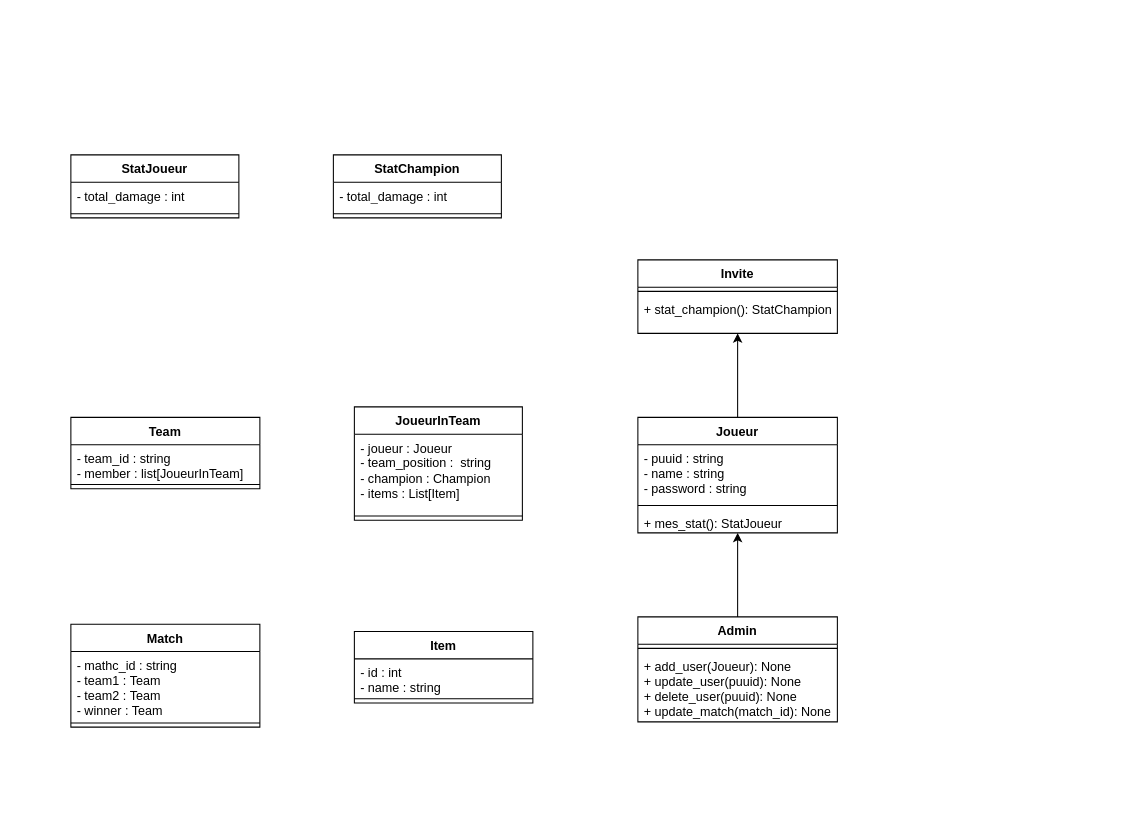
Before: Image Prod/League of legends.drawio in Niyo-D-JC/HelpWork, a draw.io diagram. Source tidied: cells renumbered, new cells numbered last; positions are measured from the earlier drawing's top-left corner, leaving out a move shared by most shapes. Both pictures are drawn from the tidied source at 105%, with x=0, y=0 at pixel (70, 154).
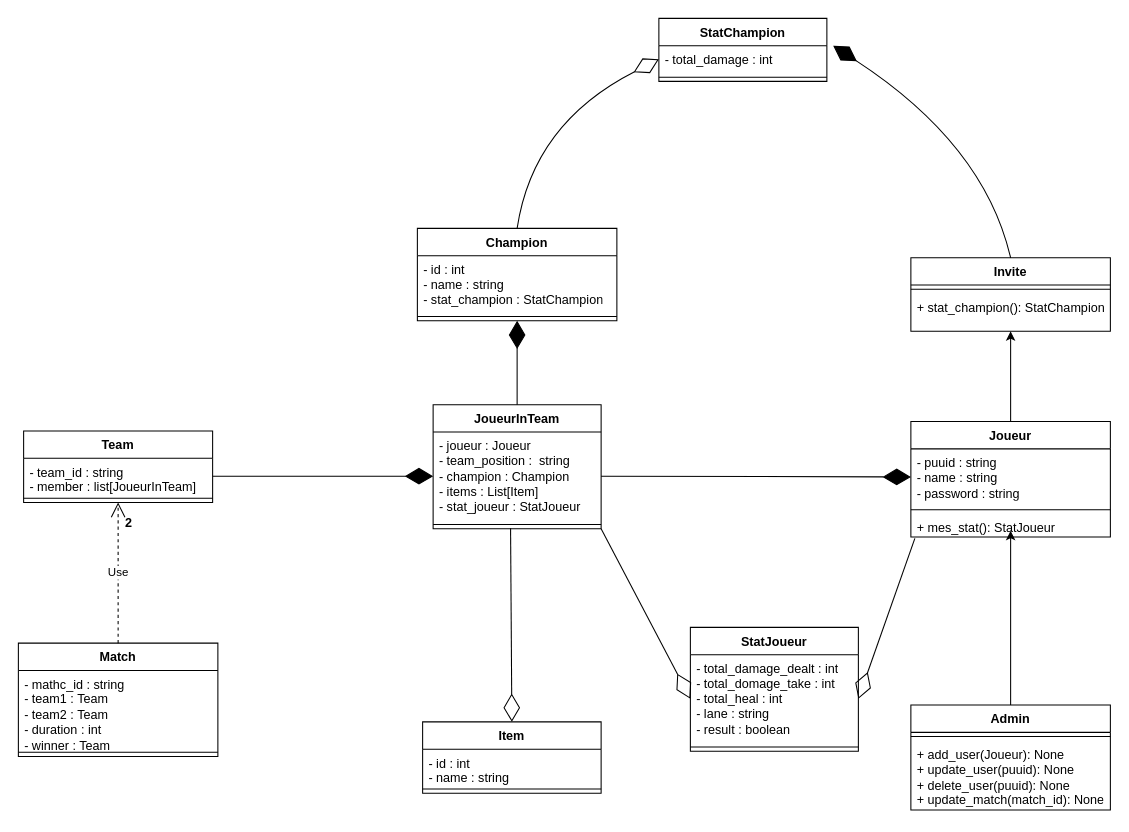
Above is the later version.

The change refers to these unchanged cells:
```xml
<mxCell id="6" value="- total_damage : int" style="text;strokeColor=none;fillColor=none;align=left;verticalAlign=top;spacingLeft=4;spacingRight=4;overflow=hidden;points=[[0,0.5],[1,0.5]];portConstraint=eastwest;whiteSpace=wrap;html=1;" parent="5" vertex="1">
  <mxGeometry y="26" width="160" height="26" as="geometry" />
</mxCell>
<mxCell id="13" value="- puuid : string&lt;br&gt;- name : string&lt;span style=&quot;white-space: pre;&quot;&gt;&#9;&lt;/span&gt;&lt;br&gt;- password : string" style="text;strokeColor=none;fillColor=none;align=left;verticalAlign=top;spacingLeft=4;spacingRight=4;overflow=hidden;points=[[0,0.5],[1,0.5]];portConstraint=eastwest;whiteSpace=wrap;html=1;" parent="12" vertex="1">
  <mxGeometry y="26" width="190" height="54" as="geometry" />
</mxCell>
<mxCell id="15" value="+ mes_stat(): StatJoueur" style="text;strokeColor=none;fillColor=none;align=left;verticalAlign=top;spacingLeft=4;spacingRight=4;overflow=hidden;points=[[0,0.5],[1,0.5]];portConstraint=eastwest;whiteSpace=wrap;html=1;" parent="12" vertex="1">
  <mxGeometry y="88" width="190" height="22" as="geometry" />
</mxCell>
<mxCell id="24" value="- team_id : string&lt;br&gt;- member : list[JoueurInTeam]" style="text;strokeColor=none;fillColor=none;align=left;verticalAlign=top;spacingLeft=4;spacingRight=4;overflow=hidden;points=[[0,0.5],[1,0.5]];portConstraint=eastwest;whiteSpace=wrap;html=1;" parent="23" vertex="1">
  <mxGeometry y="26" width="180" height="34" as="geometry" />
</mxCell>
```

Change to the diagram source:
```diff
@@
     <mxCell id="2" value="Invite" style="swimlane;fontStyle=1;align=center;verticalAlign=top;horizontal=1;startSize=26;whiteSpace=wrap;html=1;" parent="1" vertex="1">
-      <mxGeometry x="540" y="100" width="190" height="70" as="geometry" />
+      <mxGeometry x="800" y="98" width="190" height="70" as="geometry" />
     </mxCell>
@@
     <mxCell id="5" value="StatChampion" style="swimlane;fontStyle=1;align=center;verticalAlign=top;horizontal=1;startSize=26;whiteSpace=wrap;html=1;" parent="1" vertex="1">
-      <mxGeometry x="250" width="160" height="60" as="geometry" />
+      <mxGeometry x="560" y="-130" width="160" height="60" as="geometry" />
     </mxCell>
@@
+    <mxCell id="32" style="endArrow=diamondThin;endFill=1;endSize=24;html=1;entryX=0;entryY=0.5;entryDx=0;entryDy=0;curved=1;exitX=0.5;exitY=0;exitDx=0;exitDy=0;" parent="5" edge="1" source="2">
+      <mxGeometry relative="1" as="geometry">
+        <mxPoint x="166" y="26" as="targetPoint" />
+        <Array as="points">
+          <mxPoint x="310" y="120" />
+        </Array>
+      </mxGeometry>
+    </mxCell>
@@
     <mxCell id="8" value="StatJoueur" style="swimlane;fontStyle=1;align=center;verticalAlign=top;horizontal=1;startSize=26;whiteSpace=wrap;html=1;" parent="1" vertex="1">
-      <mxGeometry width="160" height="60" as="geometry" />
+      <mxGeometry x="590" y="450" width="160" height="118" as="geometry" />
     </mxCell>
-    <mxCell id="9" value="- total_damage : int" style="text;strokeColor=none;fillColor=none;align=left;verticalAlign=top;spacingLeft=4;spacingRight=4;overflow=hidden;points=[[0,0.5],[1,0.5]];portConstraint=eastwest;whiteSpace=wrap;html=1;" parent="8" vertex="1">
-      <mxGeometry y="26" width="160" height="26" as="geometry" />
+    <mxCell id="9" value="- total_damage_dealt : int&lt;br&gt;- total_domage_take : int&lt;br&gt;- total_heal : int&lt;br&gt;- lane : string&lt;br&gt;- result : boolean" style="text;strokeColor=none;fillColor=none;align=left;verticalAlign=top;spacingLeft=4;spacingRight=4;overflow=hidden;points=[[0,0.5],[1,0.5]];portConstraint=eastwest;whiteSpace=wrap;html=1;" parent="8" vertex="1">
+      <mxGeometry y="26" width="160" height="84" as="geometry" />
     </mxCell>
     <mxCell id="10" style="line;strokeWidth=1;fillColor=none;align=left;verticalAlign=middle;spacingTop=-1;spacingLeft=3;spacingRight=3;labelPosition=right;strokeColor=inherit;" parent="8" vertex="1">
-      <mxGeometry y="52" width="160" height="8" as="geometry" />
+      <mxGeometry y="110" width="160" height="8" as="geometry" />
     </mxCell>
     <mxCell id="11" style="edgeStyle=orthogonalEdgeStyle;rounded=0;jettySize=auto;html=1;" parent="1" edge="1" source="12">
       <mxGeometry relative="1" as="geometry">
-        <mxPoint x="635" y="170" as="targetPoint" />
+        <mxPoint x="895" y="168" as="targetPoint" />
       </mxGeometry>
     </mxCell>
     <mxCell id="12" value="Joueur" style="swimlane;fontStyle=1;align=center;verticalAlign=top;horizontal=1;startSize=26;whiteSpace=wrap;html=1;" parent="1" vertex="1">
-      <mxGeometry x="540" y="250" width="190" height="110" as="geometry" />
+      <mxGeometry x="800" y="254" width="190" height="110" as="geometry" />
     </mxCell>
@@
     <mxCell id="16" style="edgeStyle=orthogonalEdgeStyle;rounded=0;jettySize=auto;html=1;" parent="1" edge="1" source="17">
       <mxGeometry relative="1" as="geometry">
-        <mxPoint x="635" y="360" as="targetPoint" />
+        <mxPoint x="895" y="358" as="targetPoint" />
       </mxGeometry>
     </mxCell>
     <mxCell id="17" value="Admin" style="swimlane;fontStyle=1;align=center;verticalAlign=top;horizontal=1;startSize=26;whiteSpace=wrap;html=1;" parent="1" vertex="1">
-      <mxGeometry x="540" y="440" width="190" height="100" as="geometry" />
+      <mxGeometry x="800" y="524" width="190" height="100" as="geometry" />
     </mxCell>
@@
     <mxCell id="20" value="JoueurInTeam" style="swimlane;fontStyle=1;align=center;verticalAlign=top;horizontal=1;startSize=26;whiteSpace=wrap;html=1;" parent="1" vertex="1">
-      <mxGeometry x="270" y="240" width="160" height="108" as="geometry" />
+      <mxGeometry x="345" y="238" width="160" height="118" as="geometry" />
     </mxCell>
-    <mxCell id="21" value="- joueur : Joueur&lt;br&gt;- team_position :&amp;nbsp; string&lt;br&gt;- champion : Champion&lt;br&gt;- items : List[Item]" style="text;strokeColor=none;fillColor=none;align=left;verticalAlign=top;spacingLeft=4;spacingRight=4;overflow=hidden;points=[[0,0.5],[1,0.5]];portConstraint=eastwest;whiteSpace=wrap;html=1;" parent="20" vertex="1">
-      <mxGeometry y="26" width="160" height="74" as="geometry" />
+    <mxCell id="21" value="- joueur : Joueur&lt;br&gt;- team_position :&amp;nbsp; string&lt;br&gt;- champion : Champion&lt;br&gt;- items : List[Item]&lt;br&gt;- stat_joueur : StatJoueur" style="text;strokeColor=none;fillColor=none;align=left;verticalAlign=top;spacingLeft=4;spacingRight=4;overflow=hidden;points=[[0,0.5],[1,0.5]];portConstraint=eastwest;whiteSpace=wrap;html=1;" parent="20" vertex="1">
+      <mxGeometry y="26" width="160" height="84" as="geometry" />
     </mxCell>
     <mxCell id="22" style="line;strokeWidth=1;fillColor=none;align=left;verticalAlign=middle;spacingTop=-1;spacingLeft=3;spacingRight=3;labelPosition=right;points=[];portConstraint=eastwest;strokeColor=inherit;" parent="20" vertex="1">
-      <mxGeometry y="100" width="160" height="8" as="geometry" />
+      <mxGeometry y="110" width="160" height="8" as="geometry" />
     </mxCell>
     <mxCell id="23" value="Team" style="swimlane;fontStyle=1;align=center;verticalAlign=top;horizontal=1;startSize=26;whiteSpace=wrap;html=1;" parent="1" vertex="1">
-      <mxGeometry y="250" width="180" height="68" as="geometry" />
+      <mxGeometry x="-45" y="263" width="180" height="68" as="geometry" />
     </mxCell>
@@
     <mxCell id="26" value="Match" style="swimlane;fontStyle=1;align=center;verticalAlign=top;horizontal=1;startSize=26;whiteSpace=wrap;html=1;" parent="1" vertex="1">
-      <mxGeometry y="447" width="180" height="98" as="geometry" />
+      <mxGeometry x="-50" y="465" width="190" height="108" as="geometry" />
     </mxCell>
-    <mxCell id="27" value="- mathc_id : string&lt;br&gt;- team1 : Team&lt;br&gt;- team2 : Team&lt;br&gt;- winner : Team" style="text;strokeColor=none;fillColor=none;align=left;verticalAlign=top;spacingLeft=4;spacingRight=4;overflow=hidden;whiteSpace=wrap;html=1;" parent="26" vertex="1">
-      <mxGeometry y="26" width="180" height="64" as="geometry" />
+    <mxCell id="27" value="- mathc_id : string&lt;br&gt;- team1 : Team&lt;br&gt;- team2 : Team&lt;br&gt;- duration : int&lt;br&gt;- winner : Team" style="text;strokeColor=none;fillColor=none;align=left;verticalAlign=top;spacingLeft=4;spacingRight=4;overflow=hidden;whiteSpace=wrap;html=1;" parent="26" vertex="1">
+      <mxGeometry y="26" width="190" height="74" as="geometry" />
     </mxCell>
     <mxCell id="28" style="line;strokeWidth=1;fillColor=none;align=left;verticalAlign=middle;spacingTop=-1;spacingLeft=3;spacingRight=3;labelPosition=right;strokeColor=inherit;" parent="26" vertex="1">
-      <mxGeometry y="90" width="180" height="8" as="geometry" />
+      <mxGeometry y="100" width="190" height="8" as="geometry" />
     </mxCell>
     <mxCell id="29" value="Item" style="swimlane;fontStyle=1;align=center;verticalAlign=top;horizontal=1;startSize=26;whiteSpace=wrap;html=1;" parent="1" vertex="1">
-      <mxGeometry x="270" y="454" width="170" height="68" as="geometry" />
+      <mxGeometry x="335" y="540" width="170" height="68" as="geometry" />
     </mxCell>
@@
+    <mxCell id="33" value="Champion" style="swimlane;fontStyle=1;align=center;verticalAlign=top;horizontal=1;startSize=26;whiteSpace=wrap;html=1;" parent="1" vertex="1">
+      <mxGeometry x="330" y="70" width="190" height="88" as="geometry" />
+    </mxCell>
+    <mxCell id="34" value="- id : int&lt;br&gt;- name : string&lt;br&gt;- stat_champion : StatChampion" style="text;strokeColor=none;fillColor=none;align=left;verticalAlign=top;spacingLeft=4;spacingRight=4;overflow=hidden;whiteSpace=wrap;html=1;" parent="33" vertex="1">
+      <mxGeometry y="26" width="190" height="54" as="geometry" />
+    </mxCell>
+    <mxCell id="35" style="line;strokeWidth=1;fillColor=none;align=left;verticalAlign=middle;spacingTop=-1;spacingLeft=3;spacingRight=3;labelPosition=right;strokeColor=inherit;" parent="33" vertex="1">
+      <mxGeometry y="80" width="190" height="8" as="geometry" />
+    </mxCell>
+    <mxCell id="36" value="Use" style="endArrow=open;endSize=12;dashed=1;html=1;rounded=0;exitX=0.5;exitY=0;exitDx=0;exitDy=0;entryX=0.5;entryY=1;entryDx=0;entryDy=0;" parent="1" edge="1" source="26" target="23">
+      <mxGeometry relative="1" as="geometry" />
+    </mxCell>
+    <mxCell id="37" style="endArrow=diamondThin;endFill=1;endSize=24;html=1;rounded=0;exitX=1;exitY=0.5;exitDx=0;exitDy=0;" parent="1" edge="1" source="21" target="13">
+      <mxGeometry relative="1" as="geometry" />
+    </mxCell>
+    <mxCell id="38" style="endArrow=diamondThin;endFill=1;endSize=24;html=1;rounded=0;exitX=1;exitY=0.5;exitDx=0;exitDy=0;" parent="1" edge="1" source="24" target="21">
+      <mxGeometry relative="1" as="geometry" />
+    </mxCell>
+    <mxCell id="39" value="2" style="text;align=center;fontStyle=1;verticalAlign=middle;spacingLeft=3;spacingRight=3;strokeColor=none;html=1;" parent="1" vertex="1">
+      <mxGeometry x="15" y="338" width="80" height="26" as="geometry" />
+    </mxCell>
+    <mxCell id="40" style="endArrow=diamondThin;endFill=1;endSize=24;html=1;rounded=0;exitX=0.5;exitY=0;exitDx=0;exitDy=0;entryX=0.5;entryY=1;entryDx=0;entryDy=0;" parent="1" edge="1" source="20" target="33">
+      <mxGeometry relative="1" as="geometry" />
+    </mxCell>
+    <mxCell id="41" style="endArrow=diamondThin;endFill=0;endSize=24;html=1;rounded=0;entryX=0.5;entryY=0;entryDx=0;entryDy=0;exitX=0.461;exitY=0.95;exitDx=0;exitDy=0;exitPerimeter=0;" parent="1" edge="1" source="22" target="29">
+      <mxGeometry relative="1" as="geometry" />
+    </mxCell>
+    <mxCell id="42" style="endArrow=diamondThin;endFill=0;endSize=24;html=1;entryX=0;entryY=0.5;entryDx=0;entryDy=0;exitX=0.5;exitY=0;exitDx=0;exitDy=0;curved=1;" parent="1" edge="1" source="33" target="6">
+      <mxGeometry relative="1" as="geometry">
+        <Array as="points">
+          <mxPoint x="440" y="-30" />
+        </Array>
+      </mxGeometry>
+    </mxCell>
+    <mxCell id="43" style="endArrow=diamondThin;endFill=0;endSize=24;html=1;rounded=0;entryX=0;entryY=0.5;entryDx=0;entryDy=0;exitX=1;exitY=1;exitDx=0;exitDy=0;" parent="1" edge="1" source="20" target="9">
+      <mxGeometry relative="1" as="geometry" />
+    </mxCell>
+    <mxCell id="44" style="endArrow=diamondThin;endFill=0;endSize=24;html=1;rounded=0;entryX=1;entryY=0.5;entryDx=0;entryDy=0;exitX=0.02;exitY=1.055;exitDx=0;exitDy=0;exitPerimeter=0;" parent="1" edge="1" source="15" target="9">
+      <mxGeometry relative="1" as="geometry" />
+    </mxCell>
```
